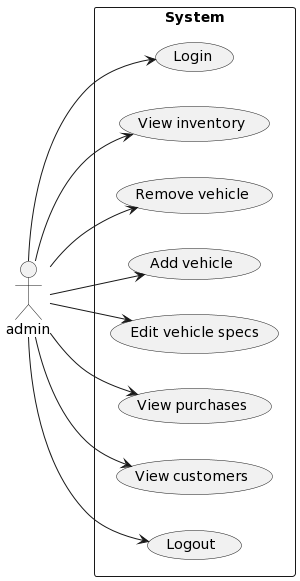
Before: onlineStoreTemplate-main/Diagrams/Cases/admin.png, a diagram exported from PlantUML (Clackroe/GroupProj-3135).
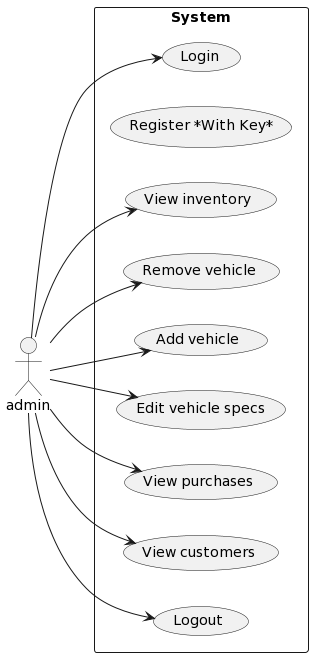
The same file after the commit.

Commit message:
Modified admin use case

Change to the diagram source:
```diff
@@ -3,6 +3,7 @@
 actor admin
 rectangle "System" as system {
   (Login)
+  (Register *With Key*)
   (View inventory)
   (Remove vehicle)
   (Add vehicle)
```
